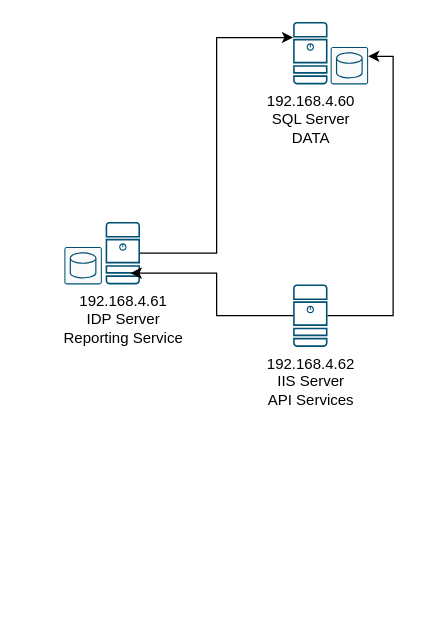
The draw.io diagram Untitled Diagram.drawio in osvcarign/charts, before the edit. Source tidied: cells renumbered, new cells numbered last; positions are measured from the earlier drawing's top-left corner, leaving out a move shared by most shapes. Both pictures are drawn from the tidied source at 125%, with x=0, y=0 at pixel (64, 21).
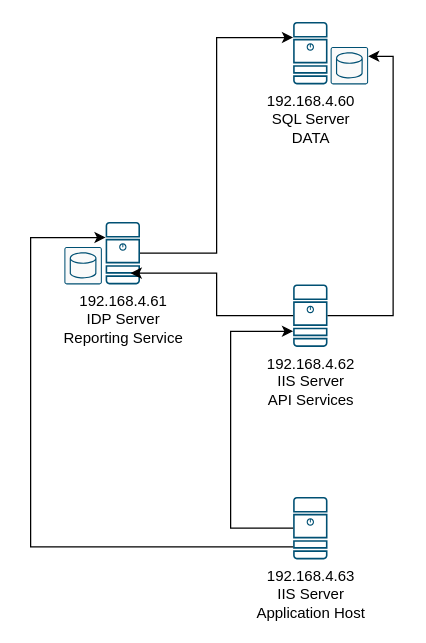
Above is the later version.

Commit message:
Application Host

What changed in the source:
```diff
@@
 <mxGraphModel>
   <root>
     <mxCell id="0" />
     <mxCell id="1" parent="0" />
     <mxCell id="2" style="group;" parent="1" vertex="1">
       <mxGeometry x="183" width="60" height="50" as="geometry" />
     </mxCell>
     <mxCell id="3" value="192.168.4.60&lt;br&gt;&lt;div&gt;SQL Server&lt;/div&gt;&lt;div&gt;DATA&lt;br&gt;&lt;/div&gt;" style="sketch=0;points=[[0.015,0.015,0],[0.985,0.015,0],[0.985,0.985,0],[0.015,0.985,0],[0.25,0,0],[0.5,0,0],[0.75,0,0],[1,0.25,0],[1,0.5,0],[1,0.75,0],[0.75,1,0],[0.5,1,0],[0.25,1,0],[0,0.75,0],[0,0.5,0],[0,0.25,0]];verticalLabelPosition=bottom;html=1;verticalAlign=top;align=center;shape=mxgraph.cisco19.server;fillColor=#005073;strokeColor=none;" parent="2" vertex="1">
       <mxGeometry width="27.5" height="50" as="geometry" />
     </mxCell>
     <mxCell id="4" style="sketch=0;points=[[0.015,0.015,0],[0.985,0.015,0],[0.985,0.985,0],[0.015,0.985,0],[0.25,0,0],[0.5,0,0],[0.75,0,0],[1,0.25,0],[1,0.5,0],[1,0.75,0],[0.75,1,0],[0.5,1,0],[0.25,1,0],[0,0.75,0],[0,0.5,0],[0,0.25,0]];verticalLabelPosition=bottom;html=1;verticalAlign=top;align=center;shape=mxgraph.cisco19.rect;prIcon=database_relational;fillColor=#FAFAFA;strokeColor=#005073;" parent="2" vertex="1">
       <mxGeometry x="30" y="20" width="30" height="30" as="geometry" />
     </mxCell>
     <mxCell id="5" style="edgeStyle=orthogonalEdgeStyle;rounded=0;jettySize=auto;html=1;entryX=0;entryY=0.25;entryDx=0;entryDy=0;entryPerimeter=0;" parent="1" edge="1" source="7" target="3">
       <mxGeometry relative="1" as="geometry" />
     </mxCell>
     <mxCell id="6" style="group;" parent="1" vertex="1">
       <mxGeometry x="3" y="160" width="57.5" height="50" as="geometry" />
     </mxCell>
     <mxCell id="7" value="192.168.4.61&lt;br&gt;&lt;div&gt;IDP Server&lt;/div&gt;&lt;div&gt;Reporting Service&lt;br&gt;&lt;/div&gt;" style="sketch=0;points=[[0.015,0.015,0],[0.985,0.015,0],[0.985,0.985,0],[0.015,0.985,0],[0.25,0,0],[0.5,0,0],[0.75,0,0],[1,0.25,0],[1,0.5,0],[1,0.75,0],[0.75,1,0],[0.5,1,0],[0.25,1,0],[0,0.75,0],[0,0.5,0],[0,0.25,0]];verticalLabelPosition=bottom;html=1;verticalAlign=top;align=center;shape=mxgraph.cisco19.server;fillColor=#005073;strokeColor=none;" parent="6" vertex="1">
       <mxGeometry x="30" width="27.5" height="50" as="geometry" />
     </mxCell>
     <mxCell id="8" style="sketch=0;verticalLabelPosition=bottom;html=1;verticalAlign=top;align=center;shape=mxgraph.cisco19.rect;prIcon=database_relational;fillColor=#FAFAFA;strokeColor=#005073;" parent="6" vertex="1">
       <mxGeometry x="-3" y="20" width="30" height="30" as="geometry" />
     </mxCell>
     <mxCell id="9" value="192.168.4.62&lt;br&gt;&lt;div&gt;IIS Server&lt;br&gt;&lt;/div&gt;&lt;div&gt;API Services&lt;/div&gt;" style="sketch=0;points=[[0.015,0.015,0],[0.985,0.015,0],[0.985,0.985,0],[0.015,0.985,0],[0.25,0,0],[0.5,0,0],[0.75,0,0],[1,0.25,0],[1,0.5,0],[1,0.75,0],[0.75,1,0],[0.5,1,0],[0.25,1,0],[0,0.75,0],[0,0.5,0],[0,0.25,0]];verticalLabelPosition=bottom;html=1;verticalAlign=top;align=center;shape=mxgraph.cisco19.server;fillColor=#005073;strokeColor=none;" parent="1" vertex="1">
       <mxGeometry x="183" y="210" width="27.5" height="50" as="geometry" />
     </mxCell>
     <mxCell id="10" style="edgeStyle=orthogonalEdgeStyle;rounded=0;jettySize=auto;html=1;entryX=0.727;entryY=0.82;entryDx=0;entryDy=0;entryPerimeter=0;" parent="1" edge="1" source="9" target="7">
       <mxGeometry relative="1" as="geometry" />
     </mxCell>
     <mxCell id="11" style="edgeStyle=orthogonalEdgeStyle;rounded=0;jettySize=auto;html=1;entryX=1;entryY=0.25;entryDx=0;entryDy=0;entryPerimeter=0;" parent="1" edge="1" source="9" target="4">
       <mxGeometry relative="1" as="geometry" />
     </mxCell>
+    <mxCell id="12" value="192.168.4.63&lt;br&gt;&lt;div&gt;IIS Server&lt;br&gt;&lt;/div&gt;&lt;div&gt;Application Host&lt;/div&gt;" style="sketch=0;points=[[0.015,0.015,0],[0.985,0.015,0],[0.985,0.985,0],[0.015,0.985,0],[0.25,0,0],[0.5,0,0],[0.75,0,0],[1,0.25,0],[1,0.5,0],[1,0.75,0],[0.75,1,0],[0.5,1,0],[0.25,1,0],[0,0.75,0],[0,0.5,0],[0,0.25,0]];verticalLabelPosition=bottom;html=1;verticalAlign=top;align=center;shape=mxgraph.cisco19.server;fillColor=#005073;strokeColor=none;" parent="1" vertex="1">
+      <mxGeometry x="183" y="380" width="27.5" height="50" as="geometry" />
+    </mxCell>
+    <mxCell id="13" style="edgeStyle=orthogonalEdgeStyle;rounded=0;jettySize=auto;html=1;entryX=0;entryY=0.75;entryDx=0;entryDy=0;entryPerimeter=0;" parent="1" edge="1" source="12" target="9">
+      <mxGeometry relative="1" as="geometry">
+        <Array as="points">
+          <mxPoint x="133" y="405" />
+          <mxPoint x="133" y="248" />
+        </Array>
+      </mxGeometry>
+    </mxCell>
+    <mxCell id="14" style="edgeStyle=orthogonalEdgeStyle;rounded=0;jettySize=auto;html=1;entryX=0;entryY=0.25;entryDx=0;entryDy=0;entryPerimeter=0;" parent="1" edge="1" source="12" target="7">
+      <mxGeometry relative="1" as="geometry">
+        <Array as="points">
+          <mxPoint x="-27" y="420" />
+          <mxPoint x="-27" y="173" />
+        </Array>
+      </mxGeometry>
+    </mxCell>
   </root>
 </mxGraphModel>
```
